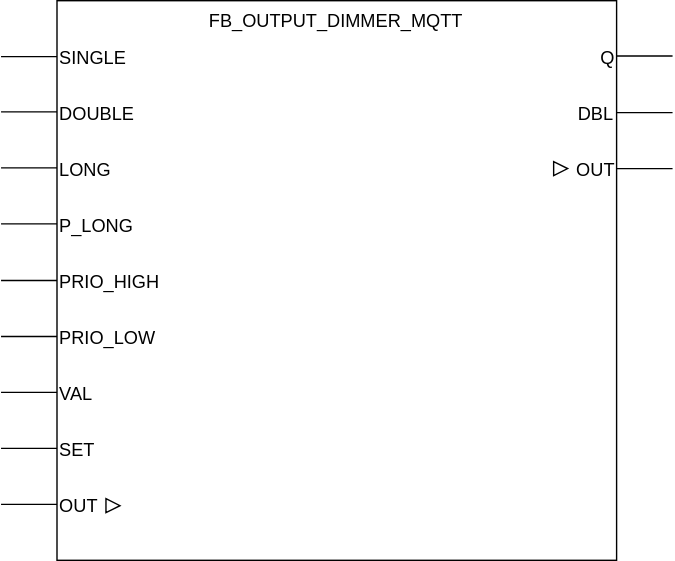
Above: docs/_img/FB_OUTPUT_DIMMER_MQTT.svg in MichielVanwelsenaere/HomeAutomation.CoDeSys3 (draw.io), before the change. Source tidied: cells renumbered, new cells last; positions are measured from the earlier drawing's top-left corner, leaving out a move shared by most shapes. Its diagram source:
```xml
<mxGraphModel>
  <root>
    <mxCell id="0" />
    <mxCell id="1" parent="0" />
    <mxCell id="2" style="whiteSpace=wrap;html=1;" parent="1" vertex="1">
      <mxGeometry x="40" width="400" height="400" as="geometry" />
    </mxCell>
    <mxCell id="3" value="FB_OUTPUT_DIMMER_MQTT" style="text;html=1;align=center;fontSize=13;" parent="1" vertex="1">
      <mxGeometry x="137.5" width="205" height="30" as="geometry" />
    </mxCell>
    <mxCell id="4" style="endArrow=none;html=1;fontSize=13;" parent="1" edge="1">
      <mxGeometry relative="1" as="geometry">
        <mxPoint x="40" y="40" as="sourcePoint" />
        <mxPoint y="40" as="targetPoint" />
        <Array as="points">
          <mxPoint x="40" y="40" />
        </Array>
      </mxGeometry>
    </mxCell>
    <mxCell id="5" value="SINGLE" style="text;html=1;strokeColor=none;fillColor=none;align=left;verticalAlign=middle;whiteSpace=wrap;rounded=0;fontSize=13;" parent="1" vertex="1">
      <mxGeometry x="40" y="30" width="80" height="20" as="geometry" />
    </mxCell>
    <mxCell id="6" style="endArrow=none;html=1;fontSize=13;" parent="1" edge="1">
      <mxGeometry relative="1" as="geometry">
        <mxPoint x="440" y="39.5" as="sourcePoint" />
        <mxPoint x="480" y="39.5" as="targetPoint" />
        <Array as="points">
          <mxPoint x="440" y="39.5" />
        </Array>
      </mxGeometry>
    </mxCell>
    <mxCell id="7" style="endArrow=none;html=1;fontSize=13;" parent="1" edge="1">
      <mxGeometry relative="1" as="geometry">
        <mxPoint x="440" y="80" as="sourcePoint" />
        <mxPoint x="480" y="80" as="targetPoint" />
        <Array as="points">
          <mxPoint x="440" y="80" />
        </Array>
      </mxGeometry>
    </mxCell>
    <mxCell id="8" value="Q" style="text;html=1;strokeColor=none;fillColor=none;align=right;verticalAlign=middle;whiteSpace=wrap;rounded=0;fontSize=13;" parent="1" vertex="1">
      <mxGeometry x="360" y="30" width="80" height="20" as="geometry" />
    </mxCell>
    <mxCell id="9" value="&lt;div style=&quot;text-align: right&quot;&gt;&lt;span&gt;DBL&lt;/span&gt;&lt;/div&gt;" style="text;html=1;strokeColor=none;fillColor=none;align=right;verticalAlign=middle;whiteSpace=wrap;rounded=0;fontSize=13;" parent="1" vertex="1">
      <mxGeometry x="360" y="70" width="80" height="20" as="geometry" />
    </mxCell>
    <mxCell id="10" value="&lt;div style=&quot;text-align: right&quot;&gt;&lt;span&gt;OUT&lt;/span&gt;&lt;/div&gt;" style="text;html=1;strokeColor=none;fillColor=none;align=right;verticalAlign=middle;whiteSpace=wrap;rounded=0;fontSize=13;" parent="1" vertex="1">
      <mxGeometry x="360" y="110" width="80" height="20" as="geometry" />
    </mxCell>
    <mxCell id="11" style="endArrow=none;html=1;fontSize=13;" parent="1" edge="1">
      <mxGeometry relative="1" as="geometry">
        <mxPoint x="440" y="120" as="sourcePoint" />
        <mxPoint x="480" y="120" as="targetPoint" />
      </mxGeometry>
    </mxCell>
    <mxCell id="12" style="endArrow=none;html=1;fontSize=13;" parent="1" edge="1">
      <mxGeometry relative="1" as="geometry">
        <mxPoint x="40" y="79.5" as="sourcePoint" />
        <mxPoint y="79.5" as="targetPoint" />
        <Array as="points">
          <mxPoint x="40" y="79.5" />
        </Array>
      </mxGeometry>
    </mxCell>
    <mxCell id="13" style="endArrow=none;html=1;fontSize=13;" parent="1" edge="1">
      <mxGeometry relative="1" as="geometry">
        <mxPoint x="40" y="119.5" as="sourcePoint" />
        <mxPoint y="119.5" as="targetPoint" />
        <Array as="points">
          <mxPoint x="40" y="119.5" />
        </Array>
      </mxGeometry>
    </mxCell>
    <mxCell id="14" style="endArrow=none;html=1;fontSize=13;" parent="1" edge="1">
      <mxGeometry relative="1" as="geometry">
        <mxPoint x="40" y="159.5" as="sourcePoint" />
        <mxPoint y="159.5" as="targetPoint" />
        <Array as="points">
          <mxPoint x="40" y="159.5" />
        </Array>
      </mxGeometry>
    </mxCell>
    <mxCell id="15" value="VAL" style="text;html=1;strokeColor=none;fillColor=none;align=left;verticalAlign=middle;whiteSpace=wrap;rounded=0;fontSize=13;" parent="1" vertex="1">
      <mxGeometry x="40" y="270" width="80" height="20" as="geometry" />
    </mxCell>
    <mxCell id="16" value="SET" style="text;html=1;strokeColor=none;fillColor=none;align=left;verticalAlign=middle;whiteSpace=wrap;rounded=0;fontSize=13;" parent="1" vertex="1">
      <mxGeometry x="40" y="310" width="80" height="20" as="geometry" />
    </mxCell>
    <mxCell id="17" value="OUT" style="text;html=1;strokeColor=none;fillColor=none;align=left;verticalAlign=middle;whiteSpace=wrap;rounded=0;fontSize=13;" parent="1" vertex="1">
      <mxGeometry x="40" y="350" width="80" height="20" as="geometry" />
    </mxCell>
    <mxCell id="18" style="endArrow=none;html=1;fontSize=13;" parent="1" edge="1">
      <mxGeometry relative="1" as="geometry">
        <mxPoint x="40" y="200" as="sourcePoint" />
        <mxPoint y="200" as="targetPoint" />
        <Array as="points">
          <mxPoint x="40" y="200" />
        </Array>
      </mxGeometry>
    </mxCell>
    <mxCell id="19" style="endArrow=none;html=1;fontSize=13;" parent="1" edge="1">
      <mxGeometry relative="1" as="geometry">
        <mxPoint x="40" y="240" as="sourcePoint" />
        <mxPoint y="240" as="targetPoint" />
        <Array as="points">
          <mxPoint x="40" y="240" />
        </Array>
      </mxGeometry>
    </mxCell>
    <mxCell id="20" style="endArrow=none;html=1;fontSize=13;" parent="1" edge="1">
      <mxGeometry relative="1" as="geometry">
        <mxPoint x="40" y="280" as="sourcePoint" />
        <mxPoint y="280" as="targetPoint" />
        <Array as="points">
          <mxPoint x="40" y="280" />
        </Array>
      </mxGeometry>
    </mxCell>
    <mxCell id="21" value="DOUBLE&lt;span style=&quot;font-family: &amp;#34;helvetica&amp;#34; , &amp;#34;arial&amp;#34; , sans-serif ; font-size: 0px ; white-space: nowrap&quot;&gt;%3CmxGraphModel%3E%3Croot%3E%3CmxCell%20id%3D%220%22%2F%3E%3CmxCell%20id%3D%221%22%20parent%3D%220%22%2F%3E%3CmxCell%20id%3D%222%22%20value%3D%22SINGLE%22%20style%3D%22text%3Bhtml%3D1%3BstrokeColor%3Dnone%3BfillColor%3Dnone%3Balign%3Dleft%3BverticalAlign%3Dmiddle%3BwhiteSpace%3Dwrap%3Brounded%3D0%3BfontSize%3D13%3B%22%20vertex%3D%221%22%20parent%3D%221%22%3E%3CmxGeometry%20x%3D%22120%22%20y%3D%22230%22%20width%3D%2280%22%20height%3D%2220%22%20as%3D%22geometry%22%2F%3E%3C%2FmxCell%3E%3C%2Froot%3E%3C%2FmxGraphModel%3E&lt;/span&gt;" style="text;html=1;strokeColor=none;fillColor=none;align=left;verticalAlign=middle;whiteSpace=wrap;rounded=0;fontSize=13;" parent="1" vertex="1">
      <mxGeometry x="40" y="70" width="80" height="20" as="geometry" />
    </mxCell>
    <mxCell id="22" value="LONG" style="text;html=1;strokeColor=none;fillColor=none;align=left;verticalAlign=middle;whiteSpace=wrap;rounded=0;fontSize=13;" parent="1" vertex="1">
      <mxGeometry x="40" y="110" width="80" height="20" as="geometry" />
    </mxCell>
    <mxCell id="23" value="P_LONG" style="text;html=1;strokeColor=none;fillColor=none;align=left;verticalAlign=middle;whiteSpace=wrap;rounded=0;fontSize=13;" parent="1" vertex="1">
      <mxGeometry x="40" y="150" width="80" height="20" as="geometry" />
    </mxCell>
    <mxCell id="24" style="triangle;whiteSpace=wrap;html=1;" parent="1" vertex="1">
      <mxGeometry x="75" y="356" width="10" height="10" as="geometry" />
    </mxCell>
    <mxCell id="25" style="triangle;whiteSpace=wrap;html=1;" parent="1" vertex="1">
      <mxGeometry x="395" y="115" width="10" height="10" as="geometry" />
    </mxCell>
    <mxCell id="26" style="endArrow=none;html=1;fontSize=13;" parent="1" edge="1">
      <mxGeometry relative="1" as="geometry">
        <mxPoint x="40" y="360" as="sourcePoint" />
        <mxPoint y="360" as="targetPoint" />
        <Array as="points">
          <mxPoint x="40" y="360" />
        </Array>
      </mxGeometry>
    </mxCell>
    <mxCell id="27" style="endArrow=none;html=1;fontSize=13;" parent="1" edge="1">
      <mxGeometry relative="1" as="geometry">
        <mxPoint x="40" y="320" as="sourcePoint" />
        <mxPoint y="320" as="targetPoint" />
        <Array as="points">
          <mxPoint x="40" y="320" />
        </Array>
      </mxGeometry>
    </mxCell>
    <mxCell id="28" value="PRIO_LOW" style="text;html=1;strokeColor=none;fillColor=none;align=left;verticalAlign=middle;whiteSpace=wrap;rounded=0;fontSize=13;" parent="1" vertex="1">
      <mxGeometry x="40" y="230" width="80" height="20" as="geometry" />
    </mxCell>
    <mxCell id="29" value="PRIO_HIGH" style="text;html=1;strokeColor=none;fillColor=none;align=left;verticalAlign=middle;whiteSpace=wrap;rounded=0;fontSize=13;" parent="1" vertex="1">
      <mxGeometry x="40" y="190" width="80" height="20" as="geometry" />
    </mxCell>
  </root>
</mxGraphModel>
```
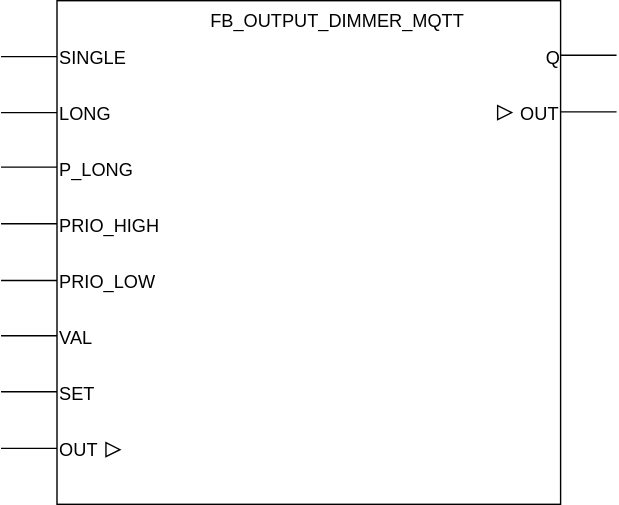
After the change.

Commit message:
finetuning dimmer output function block to match architecture

The edit, as a diff of the source:
```diff
@@ -3,80 +3,59 @@
     <mxCell id="0" />
     <mxCell id="1" parent="0" />
     <mxCell id="2" style="whiteSpace=wrap;html=1;" parent="1" vertex="1">
-      <mxGeometry x="40" width="400" height="400" as="geometry" />
+      <mxGeometry x="40" y="40" width="360" height="360" as="geometry" />
     </mxCell>
     <mxCell id="3" value="FB_OUTPUT_DIMMER_MQTT" style="text;html=1;align=center;fontSize=13;" parent="1" vertex="1">
-      <mxGeometry x="137.5" width="205" height="30" as="geometry" />
+      <mxGeometry x="137.5" y="40" width="205" height="30" as="geometry" />
     </mxCell>
     <mxCell id="4" style="endArrow=none;html=1;fontSize=13;" parent="1" edge="1">
       <mxGeometry relative="1" as="geometry">
-        <mxPoint x="40" y="40" as="sourcePoint" />
-        <mxPoint y="40" as="targetPoint" />
+        <mxPoint x="40" y="80" as="sourcePoint" />
+        <mxPoint y="80" as="targetPoint" />
         <Array as="points">
-          <mxPoint x="40" y="40" />
+          <mxPoint x="40" y="80" />
         </Array>
       </mxGeometry>
     </mxCell>
     <mxCell id="5" value="SINGLE" style="text;html=1;strokeColor=none;fillColor=none;align=left;verticalAlign=middle;whiteSpace=wrap;rounded=0;fontSize=13;" parent="1" vertex="1">
-      <mxGeometry x="40" y="30" width="80" height="20" as="geometry" />
+      <mxGeometry x="40" y="70" width="80" height="20" as="geometry" />
     </mxCell>
     <mxCell id="6" style="endArrow=none;html=1;fontSize=13;" parent="1" edge="1">
       <mxGeometry relative="1" as="geometry">
-        <mxPoint x="440" y="39.5" as="sourcePoint" />
-        <mxPoint x="480" y="39.5" as="targetPoint" />
+        <mxPoint x="400" y="79" as="sourcePoint" />
+        <mxPoint x="440" y="79" as="targetPoint" />
         <Array as="points">
-          <mxPoint x="440" y="39.5" />
+          <mxPoint x="400" y="79" />
         </Array>
       </mxGeometry>
     </mxCell>
-    <mxCell id="7" style="endArrow=none;html=1;fontSize=13;" parent="1" edge="1">
-      <mxGeometry relative="1" as="geometry">
-        <mxPoint x="440" y="80" as="sourcePoint" />
-        <mxPoint x="480" y="80" as="targetPoint" />
-        <Array as="points">
-          <mxPoint x="440" y="80" />
-        </Array>
-      </mxGeometry>
-    </mxCell>
     <mxCell id="8" value="Q" style="text;html=1;strokeColor=none;fillColor=none;align=right;verticalAlign=middle;whiteSpace=wrap;rounded=0;fontSize=13;" parent="1" vertex="1">
-      <mxGeometry x="360" y="30" width="80" height="20" as="geometry" />
+      <mxGeometry x="320" y="70" width="80" height="20" as="geometry" />
     </mxCell>
-    <mxCell id="9" value="&lt;div style=&quot;text-align: right&quot;&gt;&lt;span&gt;DBL&lt;/span&gt;&lt;/div&gt;" style="text;html=1;strokeColor=none;fillColor=none;align=right;verticalAlign=middle;whiteSpace=wrap;rounded=0;fontSize=13;" parent="1" vertex="1">
-      <mxGeometry x="360" y="70" width="80" height="20" as="geometry" />
-    </mxCell>
     <mxCell id="10" value="&lt;div style=&quot;text-align: right&quot;&gt;&lt;span&gt;OUT&lt;/span&gt;&lt;/div&gt;" style="text;html=1;strokeColor=none;fillColor=none;align=right;verticalAlign=middle;whiteSpace=wrap;rounded=0;fontSize=13;" parent="1" vertex="1">
-      <mxGeometry x="360" y="110" width="80" height="20" as="geometry" />
+      <mxGeometry x="320" y="110" width="80" height="20" as="geometry" />
     </mxCell>
     <mxCell id="11" style="endArrow=none;html=1;fontSize=13;" parent="1" edge="1">
       <mxGeometry relative="1" as="geometry">
-        <mxPoint x="440" y="120" as="sourcePoint" />
-        <mxPoint x="480" y="120" as="targetPoint" />
+        <mxPoint x="400" y="119.5" as="sourcePoint" />
+        <mxPoint x="440" y="119.5" as="targetPoint" />
       </mxGeometry>
     </mxCell>
-    <mxCell id="12" style="endArrow=none;html=1;fontSize=13;" parent="1" edge="1">
-      <mxGeometry relative="1" as="geometry">
-        <mxPoint x="40" y="79.5" as="sourcePoint" />
-        <mxPoint y="79.5" as="targetPoint" />
-        <Array as="points">
-          <mxPoint x="40" y="79.5" />
-        </Array>
-      </mxGeometry>
-    </mxCell>
     <mxCell id="13" style="endArrow=none;html=1;fontSize=13;" parent="1" edge="1">
       <mxGeometry relative="1" as="geometry">
-        <mxPoint x="40" y="119.5" as="sourcePoint" />
-        <mxPoint y="119.5" as="targetPoint" />
+        <mxPoint x="40" y="120" as="sourcePoint" />
+        <mxPoint y="120" as="targetPoint" />
         <Array as="points">
-          <mxPoint x="40" y="119.5" />
+          <mxPoint x="40" y="120" />
         </Array>
       </mxGeometry>
     </mxCell>
     <mxCell id="14" style="endArrow=none;html=1;fontSize=13;" parent="1" edge="1">
       <mxGeometry relative="1" as="geometry">
-        <mxPoint x="40" y="159.5" as="sourcePoint" />
-        <mxPoint y="159.5" as="targetPoint" />
+        <mxPoint x="40" y="159" as="sourcePoint" />
+        <mxPoint y="159" as="targetPoint" />
         <Array as="points">
-          <mxPoint x="40" y="159.5" />
+          <mxPoint x="40" y="159" />
         </Array>
       </mxGeometry>
     </mxCell>
@@ -91,10 +70,10 @@
     </mxCell>
     <mxCell id="18" style="endArrow=none;html=1;fontSize=13;" parent="1" edge="1">
       <mxGeometry relative="1" as="geometry">
-        <mxPoint x="40" y="200" as="sourcePoint" />
-        <mxPoint y="200" as="targetPoint" />
+        <mxPoint x="40" y="199.5" as="sourcePoint" />
+        <mxPoint y="199.5" as="targetPoint" />
         <Array as="points">
-          <mxPoint x="40" y="200" />
+          <mxPoint x="40" y="199.5" />
         </Array>
       </mxGeometry>
     </mxCell>
@@ -109,16 +88,13 @@
     </mxCell>
     <mxCell id="20" style="endArrow=none;html=1;fontSize=13;" parent="1" edge="1">
       <mxGeometry relative="1" as="geometry">
-        <mxPoint x="40" y="280" as="sourcePoint" />
-        <mxPoint y="280" as="targetPoint" />
+        <mxPoint x="40" y="279.5" as="sourcePoint" />
+        <mxPoint y="279.5" as="targetPoint" />
         <Array as="points">
-          <mxPoint x="40" y="280" />
+          <mxPoint x="40" y="279.5" />
         </Array>
       </mxGeometry>
     </mxCell>
-    <mxCell id="21" value="DOUBLE&lt;span style=&quot;font-family: &amp;#34;helvetica&amp;#34; , &amp;#34;arial&amp;#34; , sans-serif ; font-size: 0px ; white-space: nowrap&quot;&gt;%3CmxGraphModel%3E%3Croot%3E%3CmxCell%20id%3D%220%22%2F%3E%3CmxCell%20id%3D%221%22%20parent%3D%220%22%2F%3E%3CmxCell%20id%3D%222%22%20value%3D%22SINGLE%22%20style%3D%22text%3Bhtml%3D1%3BstrokeColor%3Dnone%3BfillColor%3Dnone%3Balign%3Dleft%3BverticalAlign%3Dmiddle%3BwhiteSpace%3Dwrap%3Brounded%3D0%3BfontSize%3D13%3B%22%20vertex%3D%221%22%20parent%3D%221%22%3E%3CmxGeometry%20x%3D%22120%22%20y%3D%22230%22%20width%3D%2280%22%20height%3D%2220%22%20as%3D%22geometry%22%2F%3E%3C%2FmxCell%3E%3C%2Froot%3E%3C%2FmxGraphModel%3E&lt;/span&gt;" style="text;html=1;strokeColor=none;fillColor=none;align=left;verticalAlign=middle;whiteSpace=wrap;rounded=0;fontSize=13;" parent="1" vertex="1">
-      <mxGeometry x="40" y="70" width="80" height="20" as="geometry" />
-    </mxCell>
     <mxCell id="22" value="LONG" style="text;html=1;strokeColor=none;fillColor=none;align=left;verticalAlign=middle;whiteSpace=wrap;rounded=0;fontSize=13;" parent="1" vertex="1">
       <mxGeometry x="40" y="110" width="80" height="20" as="geometry" />
     </mxCell>
@@ -129,23 +105,23 @@
       <mxGeometry x="75" y="356" width="10" height="10" as="geometry" />
     </mxCell>
     <mxCell id="25" style="triangle;whiteSpace=wrap;html=1;" parent="1" vertex="1">
-      <mxGeometry x="395" y="115" width="10" height="10" as="geometry" />
+      <mxGeometry x="355" y="115" width="10" height="10" as="geometry" />
     </mxCell>
     <mxCell id="26" style="endArrow=none;html=1;fontSize=13;" parent="1" edge="1">
       <mxGeometry relative="1" as="geometry">
-        <mxPoint x="40" y="360" as="sourcePoint" />
-        <mxPoint y="360" as="targetPoint" />
+        <mxPoint x="40" y="319.5" as="sourcePoint" />
+        <mxPoint y="319.5" as="targetPoint" />
         <Array as="points">
-          <mxPoint x="40" y="360" />
+          <mxPoint x="40" y="319.5" />
         </Array>
       </mxGeometry>
     </mxCell>
     <mxCell id="27" style="endArrow=none;html=1;fontSize=13;" parent="1" edge="1">
       <mxGeometry relative="1" as="geometry">
-        <mxPoint x="40" y="320" as="sourcePoint" />
-        <mxPoint y="320" as="targetPoint" />
+        <mxPoint x="40" y="360" as="sourcePoint" />
+        <mxPoint y="360" as="targetPoint" />
         <Array as="points">
-          <mxPoint x="40" y="320" />
+          <mxPoint x="40" y="360" />
         </Array>
       </mxGeometry>
     </mxCell>
```
